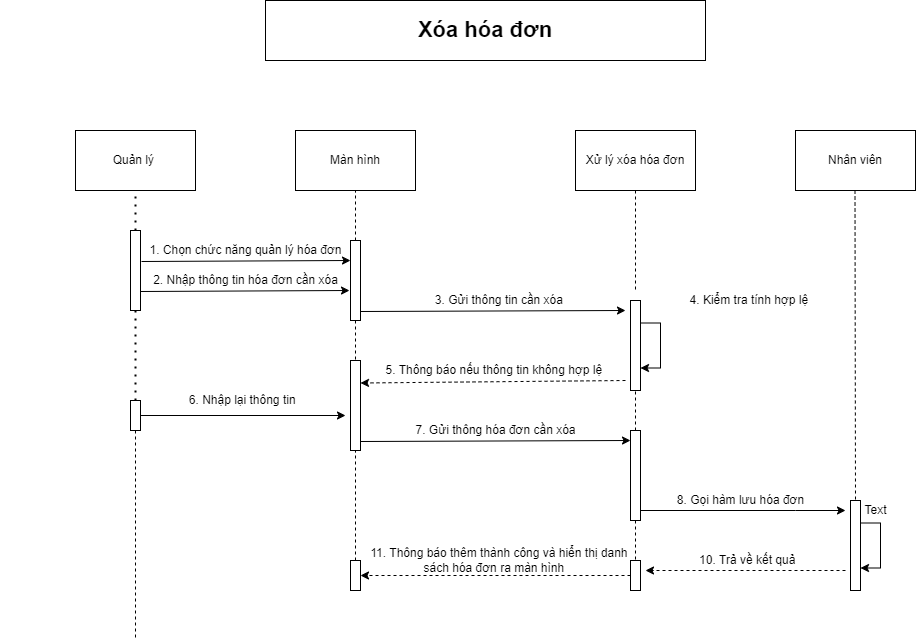
Before: Word/Sequence_Acc_Bill/PNG/xoaBill.drawio.png, a diagram exported from draw.io (hungtadasuke/CoffeShop_SoftwareTechnology). Source tidied: cells renumbered, new cells last; positions are measured from the earlier drawing's top-left corner, leaving out a move shared by most shapes. Source of this version:
```xml
<mxGraphModel>
  <root>
    <mxCell id="0" />
    <mxCell id="1" parent="0" />
    <mxCell id="2" value="&lt;span style=&quot;font-size: 22px&quot;&gt;&lt;b&gt;Xóa hóa đơn&lt;/b&gt;&lt;/span&gt;" style="rounded=0;whiteSpace=wrap;html=1;" parent="1" vertex="1">
      <mxGeometry x="265" width="440" height="60" as="geometry" />
    </mxCell>
    <mxCell id="3" value="Quản lý&amp;nbsp;" style="rounded=0;whiteSpace=wrap;html=1;" parent="1" vertex="1">
      <mxGeometry x="75" y="130" width="120" height="60" as="geometry" />
    </mxCell>
    <mxCell id="4" value="Màn hình" style="rounded=0;whiteSpace=wrap;html=1;" parent="1" vertex="1">
      <mxGeometry x="295" y="130" width="120" height="60" as="geometry" />
    </mxCell>
    <mxCell id="5" value="Xử lý xóa hóa đơn" style="rounded=0;whiteSpace=wrap;html=1;" parent="1" vertex="1">
      <mxGeometry x="575" y="130" width="120" height="60" as="geometry" />
    </mxCell>
    <mxCell id="6" value="Nhân viên" style="rounded=0;whiteSpace=wrap;html=1;" parent="1" vertex="1">
      <mxGeometry x="795" y="130" width="120" height="60" as="geometry" />
    </mxCell>
    <mxCell id="7" style="rounded=0;whiteSpace=wrap;html=1;" parent="1" vertex="1">
      <mxGeometry x="130" y="230" width="10" height="80" as="geometry" />
    </mxCell>
    <mxCell id="8" style="edgeStyle=orthogonalEdgeStyle;rounded=0;jettySize=auto;html=1;entryX=1;entryY=0.5;entryDx=0;entryDy=0;dashed=1;" parent="1" edge="1" source="9" target="16">
      <mxGeometry relative="1" as="geometry" />
    </mxCell>
    <mxCell id="9" style="rounded=0;whiteSpace=wrap;html=1;" parent="1" vertex="1">
      <mxGeometry x="630" y="560" width="10" height="30" as="geometry" />
    </mxCell>
    <mxCell id="10" style="rounded=0;whiteSpace=wrap;html=1;" parent="1" vertex="1">
      <mxGeometry x="350" y="360" width="10" height="90" as="geometry" />
    </mxCell>
    <mxCell id="11" style="rounded=0;whiteSpace=wrap;html=1;" parent="1" vertex="1">
      <mxGeometry x="350" y="240" width="10" height="80" as="geometry" />
    </mxCell>
    <mxCell id="12" style="edgeStyle=orthogonalEdgeStyle;rounded=0;jettySize=auto;html=1;exitX=1;exitY=1;exitDx=0;exitDy=0;" parent="1" edge="1" source="13">
      <mxGeometry relative="1" as="geometry">
        <mxPoint x="845" y="510" as="targetPoint" />
        <Array as="points">
          <mxPoint x="795" y="510" />
          <mxPoint x="795" y="510" />
        </Array>
      </mxGeometry>
    </mxCell>
    <mxCell id="13" style="rounded=0;whiteSpace=wrap;html=1;" parent="1" vertex="1">
      <mxGeometry x="630" y="430" width="10" height="90" as="geometry" />
    </mxCell>
    <mxCell id="14" style="rounded=0;whiteSpace=wrap;html=1;" parent="1" vertex="1">
      <mxGeometry x="630" y="300" width="10" height="90" as="geometry" />
    </mxCell>
    <mxCell id="15" style="rounded=0;whiteSpace=wrap;html=1;" parent="1" vertex="1">
      <mxGeometry x="850" y="500" width="10" height="90" as="geometry" />
    </mxCell>
    <mxCell id="16" style="rounded=0;whiteSpace=wrap;html=1;" parent="1" vertex="1">
      <mxGeometry x="350" y="560" width="10" height="30" as="geometry" />
    </mxCell>
    <mxCell id="17" style="rounded=0;whiteSpace=wrap;html=1;" parent="1" vertex="1">
      <mxGeometry x="130" y="400" width="10" height="30" as="geometry" />
    </mxCell>
    <mxCell id="18" style="endArrow=none;dashed=1;html=1;dashPattern=1 3;strokeWidth=2;rounded=0;entryX=0.5;entryY=1;entryDx=0;entryDy=0;exitX=0.5;exitY=0;exitDx=0;exitDy=0;" parent="1" edge="1" source="7" target="3">
      <mxGeometry relative="1" as="geometry" />
    </mxCell>
    <mxCell id="19" style="endArrow=none;dashed=1;html=1;dashPattern=1 3;strokeWidth=2;rounded=0;entryX=0.5;entryY=0;entryDx=0;entryDy=0;exitX=0.5;exitY=1;exitDx=0;exitDy=0;" parent="1" edge="1" source="7" target="17">
      <mxGeometry relative="1" as="geometry" />
    </mxCell>
    <mxCell id="20" style="endArrow=none;dashed=1;html=1;rounded=0;entryX=0.5;entryY=1;entryDx=0;entryDy=0;exitX=0.5;exitY=0;exitDx=0;exitDy=0;" parent="1" edge="1" source="11" target="4">
      <mxGeometry relative="1" as="geometry" />
    </mxCell>
    <mxCell id="21" style="endArrow=none;dashed=1;html=1;rounded=0;exitX=0.5;exitY=1;exitDx=0;exitDy=0;" parent="1" edge="1" source="5">
      <mxGeometry relative="1" as="geometry">
        <mxPoint x="635" y="290" as="targetPoint" />
      </mxGeometry>
    </mxCell>
    <mxCell id="22" style="endArrow=none;dashed=1;html=1;rounded=0;" parent="1" edge="1">
      <mxGeometry relative="1" as="geometry">
        <mxPoint x="355" y="560" as="sourcePoint" />
        <mxPoint x="355" y="450" as="targetPoint" />
      </mxGeometry>
    </mxCell>
    <mxCell id="23" style="endArrow=none;dashed=1;html=1;rounded=0;entryX=0.5;entryY=0;entryDx=0;entryDy=0;exitX=0.5;exitY=1;exitDx=0;exitDy=0;" parent="1" edge="1" source="11" target="10">
      <mxGeometry relative="1" as="geometry" />
    </mxCell>
    <mxCell id="24" style="endArrow=none;dashed=1;html=1;rounded=0;entryX=0.5;entryY=1;entryDx=0;entryDy=0;exitX=0.5;exitY=0;exitDx=0;exitDy=0;" parent="1" edge="1" source="13" target="14">
      <mxGeometry relative="1" as="geometry" />
    </mxCell>
    <mxCell id="25" style="endArrow=none;dashed=1;html=1;rounded=0;" parent="1" edge="1">
      <mxGeometry relative="1" as="geometry">
        <mxPoint x="635" y="520" as="sourcePoint" />
        <mxPoint x="635" y="560" as="targetPoint" />
      </mxGeometry>
    </mxCell>
    <mxCell id="26" style="endArrow=none;dashed=1;html=1;rounded=0;exitX=0.5;exitY=1;exitDx=0;exitDy=0;" parent="1" edge="1">
      <mxGeometry relative="1" as="geometry">
        <mxPoint x="854.5" y="190" as="sourcePoint" />
        <mxPoint x="855" y="500" as="targetPoint" />
      </mxGeometry>
    </mxCell>
    <mxCell id="27" style="edgeStyle=orthogonalEdgeStyle;rounded=0;orthogonalLoop=1;jettySize=auto;html=1;exitX=1;exitY=0.25;exitDx=0;exitDy=0;entryX=1;entryY=0.75;entryDx=0;entryDy=0;" parent="1" edge="1" source="14" target="14">
      <mxGeometry relative="1" as="geometry" />
    </mxCell>
    <mxCell id="28" style="edgeStyle=orthogonalEdgeStyle;rounded=0;orthogonalLoop=1;jettySize=auto;html=1;exitX=1;exitY=0.25;exitDx=0;exitDy=0;entryX=1;entryY=0.75;entryDx=0;entryDy=0;" parent="1" edge="1" source="15" target="15">
      <mxGeometry relative="1" as="geometry" />
    </mxCell>
    <mxCell id="29" style="endArrow=classic;html=1;rounded=0;exitX=1;exitY=0.5;exitDx=0;exitDy=0;" parent="1" edge="1" source="17">
      <mxGeometry relative="1" as="geometry">
        <mxPoint x="345" y="415" as="targetPoint" />
      </mxGeometry>
    </mxCell>
    <mxCell id="30" style="endArrow=classic;html=1;rounded=0;exitX=1;exitY=0.5;exitDx=0;exitDy=0;entryX=-0.1;entryY=0.675;entryDx=0;entryDy=0;entryPerimeter=0;" parent="1" edge="1">
      <mxGeometry relative="1" as="geometry">
        <mxPoint x="141" y="261" as="sourcePoint" />
        <mxPoint x="350" y="260" as="targetPoint" />
      </mxGeometry>
    </mxCell>
    <mxCell id="31" style="endArrow=classic;html=1;rounded=0;exitX=1;exitY=0.5;exitDx=0;exitDy=0;entryX=-0.1;entryY=0.675;entryDx=0;entryDy=0;entryPerimeter=0;" parent="1" edge="1">
      <mxGeometry relative="1" as="geometry">
        <mxPoint x="140" y="291" as="sourcePoint" />
        <mxPoint x="349" y="290" as="targetPoint" />
      </mxGeometry>
    </mxCell>
    <mxCell id="32" style="endArrow=classic;html=1;rounded=0;exitX=1;exitY=0.5;exitDx=0;exitDy=0;" parent="1" edge="1">
      <mxGeometry relative="1" as="geometry">
        <mxPoint x="360" y="311" as="sourcePoint" />
        <mxPoint x="625" y="310" as="targetPoint" />
      </mxGeometry>
    </mxCell>
    <mxCell id="33" style="endArrow=classic;html=1;rounded=0;exitX=1;exitY=0.5;exitDx=0;exitDy=0;entryX=0;entryY=0;entryDx=0;entryDy=0;" parent="1" edge="1">
      <mxGeometry relative="1" as="geometry">
        <mxPoint x="360" y="441" as="sourcePoint" />
        <mxPoint x="630" y="440" as="targetPoint" />
      </mxGeometry>
    </mxCell>
    <mxCell id="34" style="endArrow=classic;html=1;rounded=0;entryX=1;entryY=0.25;entryDx=0;entryDy=0;dashed=1;" parent="1" edge="1" target="10">
      <mxGeometry relative="1" as="geometry">
        <mxPoint x="625" y="380" as="sourcePoint" />
      </mxGeometry>
    </mxCell>
    <mxCell id="35" style="endArrow=classic;html=1;rounded=0;dashed=1;" parent="1" edge="1">
      <mxGeometry relative="1" as="geometry">
        <mxPoint x="845" y="570" as="sourcePoint" />
        <mxPoint x="645" y="570" as="targetPoint" />
      </mxGeometry>
    </mxCell>
    <mxCell id="36" value="&amp;nbsp; &amp;nbsp; &amp;nbsp; &amp;nbsp; &amp;nbsp; &amp;nbsp; &amp;nbsp; &amp;nbsp; &amp;nbsp; &amp;nbsp; &amp;nbsp; &amp;nbsp; &amp;nbsp; &amp;nbsp; &amp;nbsp; &amp;nbsp; &amp;nbsp; &amp;nbsp; &amp;nbsp; &amp;nbsp; &amp;nbsp; &amp;nbsp; &amp;nbsp; &amp;nbsp; &amp;nbsp; &amp;nbsp; &amp;nbsp; &amp;nbsp; &amp;nbsp; &amp;nbsp; &amp;nbsp; &amp;nbsp; &amp;nbsp; &amp;nbsp; &amp;nbsp; &amp;nbsp; &amp;nbsp; 3. Gửi thông tin cần xóa" style="text;html=1;align=center;verticalAlign=middle;strokeColor=none;fillColor=none;fontSize=12;" parent="1" vertex="1">
      <mxGeometry x="180" y="290" width="390" height="20" as="geometry" />
    </mxCell>
    <mxCell id="37" value="&amp;nbsp; &amp;nbsp; &amp;nbsp; &amp;nbsp; &amp;nbsp; &amp;nbsp; &amp;nbsp; &amp;nbsp; &amp;nbsp; &amp;nbsp; &amp;nbsp; &amp;nbsp; &amp;nbsp; &amp;nbsp; &amp;nbsp; &amp;nbsp; &amp;nbsp; &amp;nbsp; &amp;nbsp; &amp;nbsp; &amp;nbsp; &amp;nbsp; &amp;nbsp; &amp;nbsp; &amp;nbsp; &amp;nbsp; &amp;nbsp; &amp;nbsp; &amp;nbsp; &amp;nbsp; &amp;nbsp; &amp;nbsp; &amp;nbsp;5.&amp;nbsp;Thông báo nếu thông tin không hợp lệ" style="text;html=1;align=center;verticalAlign=middle;strokeColor=none;fillColor=none;fontSize=12;" parent="1" vertex="1">
      <mxGeometry x="160" y="360" width="450" height="20" as="geometry" />
    </mxCell>
    <mxCell id="38" value="&amp;nbsp; &amp;nbsp; &amp;nbsp; &amp;nbsp; &amp;nbsp; &amp;nbsp; &amp;nbsp; &amp;nbsp; &amp;nbsp; &amp;nbsp; &amp;nbsp; &amp;nbsp; &amp;nbsp; &amp;nbsp; &amp;nbsp; &amp;nbsp; &amp;nbsp; &amp;nbsp; &amp;nbsp; &amp;nbsp; &amp;nbsp; &amp;nbsp; &amp;nbsp; &amp;nbsp; &amp;nbsp; &amp;nbsp; &amp;nbsp; &amp;nbsp; &amp;nbsp; &amp;nbsp; &amp;nbsp; &amp;nbsp; &amp;nbsp; 7. Gửi thông hóa đơn cần xóa" style="text;html=1;align=center;verticalAlign=middle;strokeColor=none;fillColor=none;fontSize=12;" parent="1" vertex="1">
      <mxGeometry x="185" y="420" width="400" height="20" as="geometry" />
    </mxCell>
    <mxCell id="39" value="&amp;nbsp; &amp;nbsp; &amp;nbsp; &amp;nbsp; &amp;nbsp; &amp;nbsp; &amp;nbsp; &amp;nbsp; &amp;nbsp; &amp;nbsp; &amp;nbsp; &amp;nbsp; &amp;nbsp; &amp;nbsp; &amp;nbsp; &amp;nbsp; &amp;nbsp; &amp;nbsp; &amp;nbsp; &amp;nbsp; &amp;nbsp; &amp;nbsp; &amp;nbsp; &amp;nbsp; &amp;nbsp; &amp;nbsp; &amp;nbsp; &amp;nbsp; &amp;nbsp; &amp;nbsp; &amp;nbsp; &amp;nbsp; &amp;nbsp; &amp;nbsp; &amp;nbsp; &amp;nbsp; &amp;nbsp; 11. Thông báo thêm thành công và hiển thị danh&lt;br&gt;&amp;nbsp; &amp;nbsp; &amp;nbsp; &amp;nbsp; &amp;nbsp; &amp;nbsp; &amp;nbsp; &amp;nbsp; &amp;nbsp; &amp;nbsp; &amp;nbsp; &amp;nbsp; &amp;nbsp; &amp;nbsp; &amp;nbsp; &amp;nbsp; &amp;nbsp; &amp;nbsp; &amp;nbsp; &amp;nbsp; &amp;nbsp; &amp;nbsp; &amp;nbsp; &amp;nbsp; &amp;nbsp; &amp;nbsp; &amp;nbsp; &amp;nbsp; &amp;nbsp; &amp;nbsp; &amp;nbsp; &amp;nbsp; &amp;nbsp; &amp;nbsp; &amp;nbsp; &amp;nbsp;sách hóa đơn ra màn hình" style="text;html=1;align=center;verticalAlign=middle;strokeColor=none;fillColor=none;fontSize=12;" parent="1" vertex="1">
      <mxGeometry x="115" y="545" width="520" height="30" as="geometry" />
    </mxCell>
    <mxCell id="40" value="&amp;nbsp; &amp;nbsp; &amp;nbsp; &amp;nbsp; &amp;nbsp; &amp;nbsp; &amp;nbsp; &amp;nbsp; &amp;nbsp; &amp;nbsp; &amp;nbsp; &amp;nbsp; &amp;nbsp; &amp;nbsp; &amp;nbsp; &amp;nbsp; &amp;nbsp; &amp;nbsp; &amp;nbsp; &amp;nbsp; &amp;nbsp; &amp;nbsp; 4. Kiểm tra tính hợp lệ" style="text;html=1;align=center;verticalAlign=middle;strokeColor=none;fillColor=none;fontSize=12;" parent="1" vertex="1">
      <mxGeometry x="535" y="290" width="280" height="20" as="geometry" />
    </mxCell>
    <mxCell id="41" value="&amp;nbsp; &amp;nbsp; &amp;nbsp; &amp;nbsp; &amp;nbsp; &amp;nbsp; &amp;nbsp; &amp;nbsp; &amp;nbsp; &amp;nbsp; &amp;nbsp; &amp;nbsp; &amp;nbsp; &amp;nbsp; &amp;nbsp; &amp;nbsp; &amp;nbsp; &amp;nbsp; &amp;nbsp; &amp;nbsp; &amp;nbsp; &amp;nbsp; &amp;nbsp;8. Gọi hàm lưu hóa đơn" style="text;html=1;align=center;verticalAlign=middle;strokeColor=none;fillColor=none;fontSize=12;" parent="1" vertex="1">
      <mxGeometry x="520" y="490" width="290" height="20" as="geometry" />
    </mxCell>
    <mxCell id="42" value="&amp;nbsp; &amp;nbsp; &amp;nbsp; &amp;nbsp; &amp;nbsp; &amp;nbsp; &amp;nbsp; &amp;nbsp; &amp;nbsp; &amp;nbsp; &amp;nbsp; &amp;nbsp; &amp;nbsp; &amp;nbsp; &amp;nbsp; &amp;nbsp; &amp;nbsp; &amp;nbsp; &amp;nbsp; &amp;nbsp; &amp;nbsp; &amp;nbsp; &amp;nbsp; &amp;nbsp; &amp;nbsp;10. Trả về kết quả" style="text;html=1;align=center;verticalAlign=middle;strokeColor=none;fillColor=none;fontSize=12;" parent="1" vertex="1">
      <mxGeometry x="530" y="550" width="270" height="20" as="geometry" />
    </mxCell>
    <mxCell id="43" value="Text" style="text;html=1;align=center;verticalAlign=middle;strokeColor=none;fillColor=none;fontSize=12;" parent="1" vertex="1">
      <mxGeometry x="855" y="500" width="40" height="20" as="geometry" />
    </mxCell>
    <mxCell id="44" style="endArrow=none;dashed=1;html=1;rounded=0;exitX=0.5;exitY=1;exitDx=0;exitDy=0;" parent="1" edge="1">
      <mxGeometry relative="1" as="geometry">
        <mxPoint x="135" y="430" as="sourcePoint" />
        <mxPoint x="135" y="640" as="targetPoint" />
      </mxGeometry>
    </mxCell>
    <mxCell id="45" value="&amp;nbsp; &amp;nbsp; &amp;nbsp; &amp;nbsp; &amp;nbsp; &amp;nbsp; &amp;nbsp; &amp;nbsp; &amp;nbsp; &amp;nbsp; &amp;nbsp; &amp;nbsp; &amp;nbsp; &amp;nbsp; &amp;nbsp; &amp;nbsp; &amp;nbsp; &amp;nbsp; &amp;nbsp; &amp;nbsp; &amp;nbsp; 1. Chọn chức năng quản lý hóa đơn" style="text;html=1;align=center;verticalAlign=middle;strokeColor=none;fillColor=none;" parent="1" vertex="1">
      <mxGeometry y="240" width="350" height="20" as="geometry" />
    </mxCell>
    <mxCell id="46" value="&amp;nbsp; &amp;nbsp; &amp;nbsp; &amp;nbsp; &amp;nbsp; &amp;nbsp; &amp;nbsp; &amp;nbsp; &amp;nbsp; &amp;nbsp; &amp;nbsp; &amp;nbsp; &amp;nbsp; &amp;nbsp; &amp;nbsp; &amp;nbsp; &amp;nbsp; &amp;nbsp; &amp;nbsp; &amp;nbsp; &amp;nbsp; 2. Nhập thông tin hóa đơn cần xóa" style="text;html=1;align=center;verticalAlign=middle;strokeColor=none;fillColor=none;" parent="1" vertex="1">
      <mxGeometry x="5" y="270" width="340" height="20" as="geometry" />
    </mxCell>
    <mxCell id="47" value="&amp;nbsp; &amp;nbsp; &amp;nbsp; &amp;nbsp; &amp;nbsp; &amp;nbsp; &amp;nbsp; &amp;nbsp; &amp;nbsp; &amp;nbsp; &amp;nbsp; &amp;nbsp; &amp;nbsp; &amp;nbsp; &amp;nbsp; &amp;nbsp; &amp;nbsp; 6. Nhập lại thông tin" style="text;html=1;align=center;verticalAlign=middle;strokeColor=none;fillColor=none;" parent="1" vertex="1">
      <mxGeometry x="65" y="390" width="240" height="20" as="geometry" />
    </mxCell>
  </root>
</mxGraphModel>
```
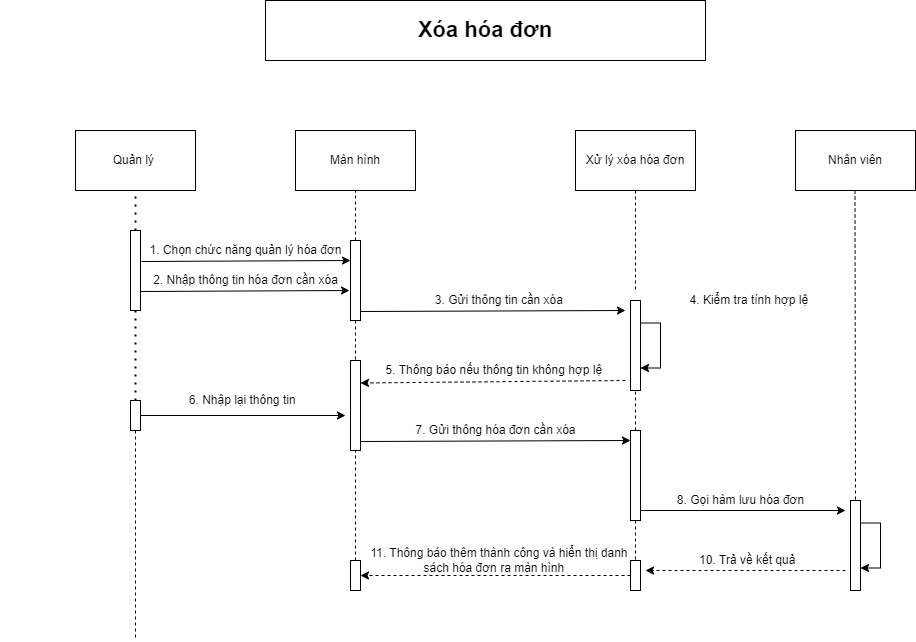
After the commit.

Change to the diagram source:
```diff
@@ -161,9 +161,6 @@
     <mxCell id="42" value="&amp;nbsp; &amp;nbsp; &amp;nbsp; &amp;nbsp; &amp;nbsp; &amp;nbsp; &amp;nbsp; &amp;nbsp; &amp;nbsp; &amp;nbsp; &amp;nbsp; &amp;nbsp; &amp;nbsp; &amp;nbsp; &amp;nbsp; &amp;nbsp; &amp;nbsp; &amp;nbsp; &amp;nbsp; &amp;nbsp; &amp;nbsp; &amp;nbsp; &amp;nbsp; &amp;nbsp; &amp;nbsp;10. Trả về kết quả" style="text;html=1;align=center;verticalAlign=middle;strokeColor=none;fillColor=none;fontSize=12;" parent="1" vertex="1">
       <mxGeometry x="530" y="550" width="270" height="20" as="geometry" />
     </mxCell>
-    <mxCell id="43" value="Text" style="text;html=1;align=center;verticalAlign=middle;strokeColor=none;fillColor=none;fontSize=12;" parent="1" vertex="1">
-      <mxGeometry x="855" y="500" width="40" height="20" as="geometry" />
-    </mxCell>
     <mxCell id="44" style="endArrow=none;dashed=1;html=1;rounded=0;exitX=0.5;exitY=1;exitDx=0;exitDy=0;" parent="1" edge="1">
       <mxGeometry relative="1" as="geometry">
         <mxPoint x="135" y="430" as="sourcePoint" />
```
